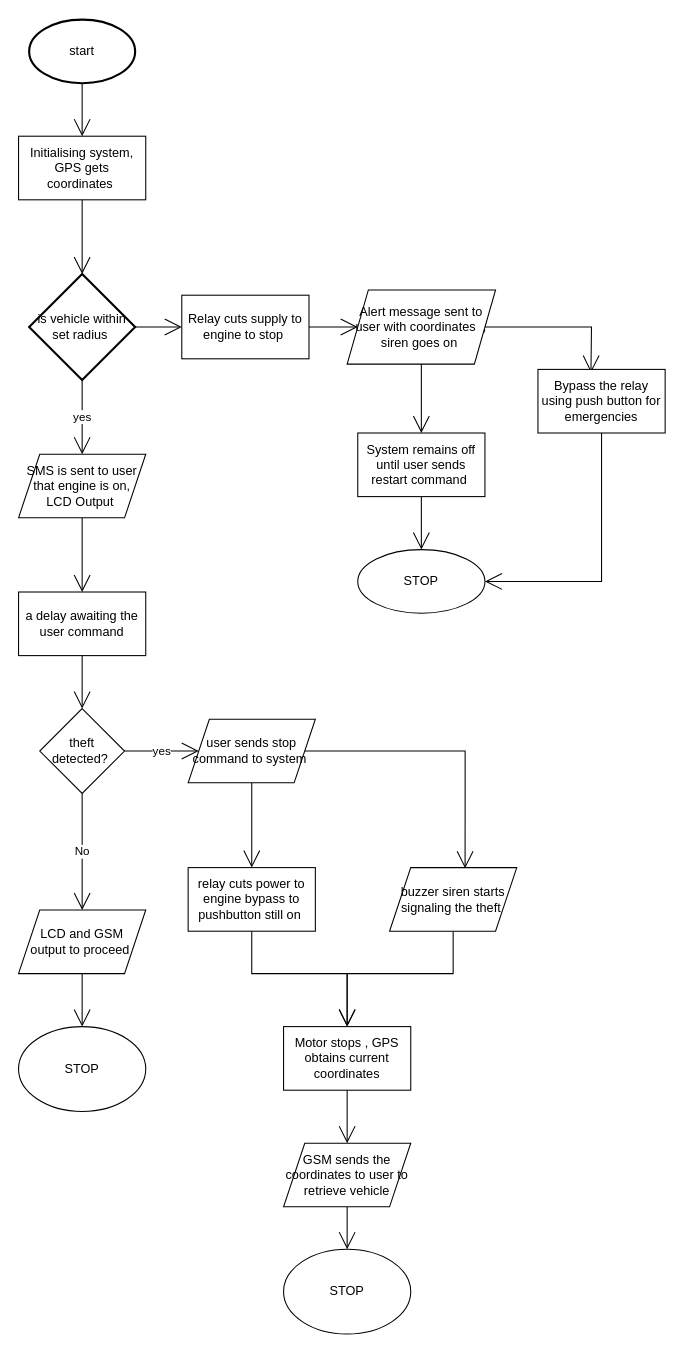
Before: trackerproject.drawio in periskaranga/periskaranga.github.io, a draw.io diagram. Source tidied: cells renumbered, new cells numbered last; positions are measured from the earlier drawing's top-left corner, leaving out a move shared by most shapes. Both pictures are drawn from the tidied source at 106%, with x=0, y=0 at pixel (18, 19).
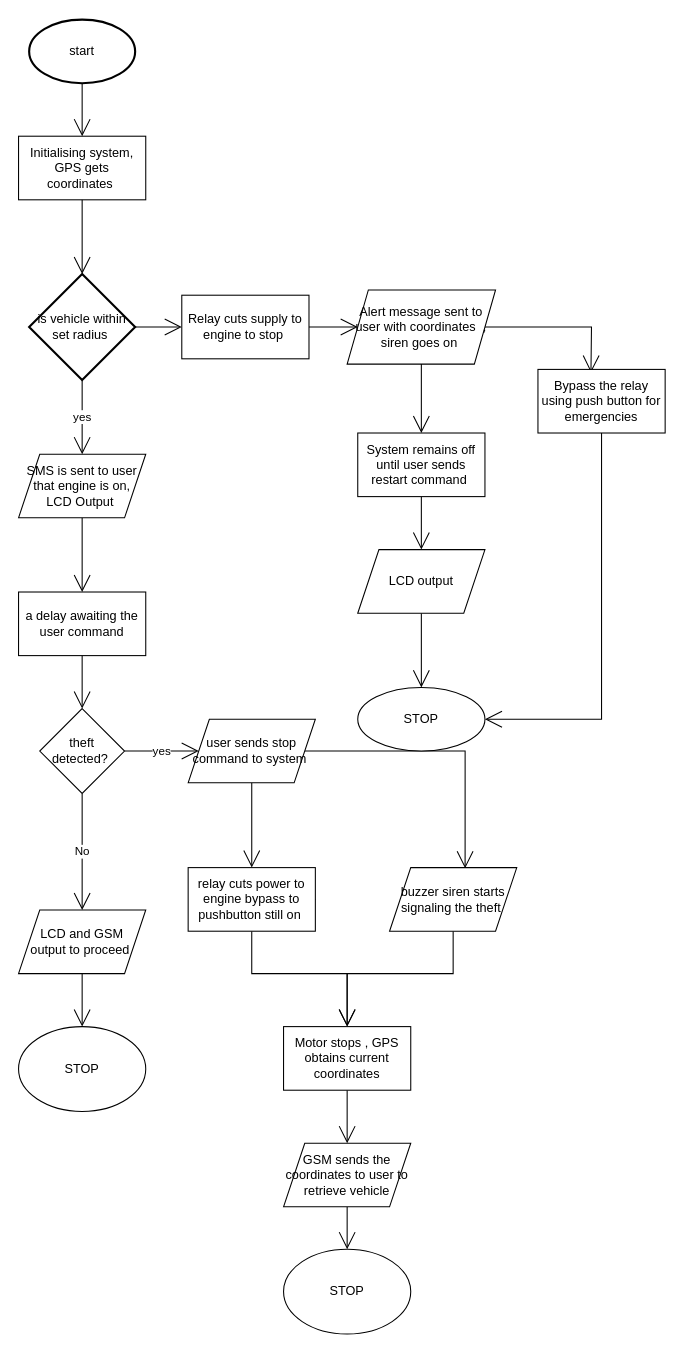
After the change.

The change refers to these unchanged cells:
```xml
<mxCell id="39" value="System remains off until user sends restart command&amp;nbsp;" style="rounded=0;whiteSpace=wrap;html=1;hachureGap=4;" parent="1" vertex="1">
  <mxGeometry x="320" y="390" width="120" height="60" as="geometry" />
</mxCell>
```

Change to the diagram source:
```diff
@@
-    <mxCell id="38" style="edgeStyle=orthogonalEdgeStyle;rounded=0;jettySize=auto;html=1;exitX=0.5;exitY=1;exitDx=0;exitDy=0;entryX=0.5;entryY=0;entryDx=0;entryDy=0;endArrow=open;startSize=14;endSize=14;sourcePerimeterSpacing=8;targetPerimeterSpacing=8;" parent="1" edge="1" source="39" target="40">
-      <mxGeometry relative="1" as="geometry" />
-    </mxCell>
+    <mxCell id="43" style="edgeStyle=orthogonalEdgeStyle;rounded=0;jettySize=auto;html=1;exitX=0.5;exitY=1;exitDx=0;exitDy=0;entryX=0.5;entryY=0;entryDx=0;entryDy=0;endArrow=open;startSize=14;endSize=14;sourcePerimeterSpacing=8;targetPerimeterSpacing=8;" parent="1" edge="1" source="39" target="45">
+      <mxGeometry relative="1" as="geometry" />
+    </mxCell>
@@
     <mxCell id="40" value="STOP" style="ellipse;whiteSpace=wrap;html=1;hachureGap=4;" parent="1" vertex="1">
-      <mxGeometry x="320" y="500" width="120" height="60" as="geometry" />
+      <mxGeometry x="320" y="630" width="120" height="60" as="geometry" />
     </mxCell>
@@
+    <mxCell id="44" style="edgeStyle=orthogonalEdgeStyle;rounded=0;jettySize=auto;html=1;exitX=0.5;exitY=1;exitDx=0;exitDy=0;entryX=0.5;entryY=0;entryDx=0;entryDy=0;endArrow=open;startSize=14;endSize=14;sourcePerimeterSpacing=8;targetPerimeterSpacing=8;" parent="1" edge="1" source="45" target="40">
+      <mxGeometry relative="1" as="geometry" />
+    </mxCell>
+    <mxCell id="45" value="LCD output" style="shape=parallelogram;perimeter=parallelogramPerimeter;whiteSpace=wrap;html=1;fixedSize=1;hachureGap=4;" parent="1" vertex="1">
+      <mxGeometry x="320" y="500" width="120" height="60" as="geometry" />
+    </mxCell>
```
